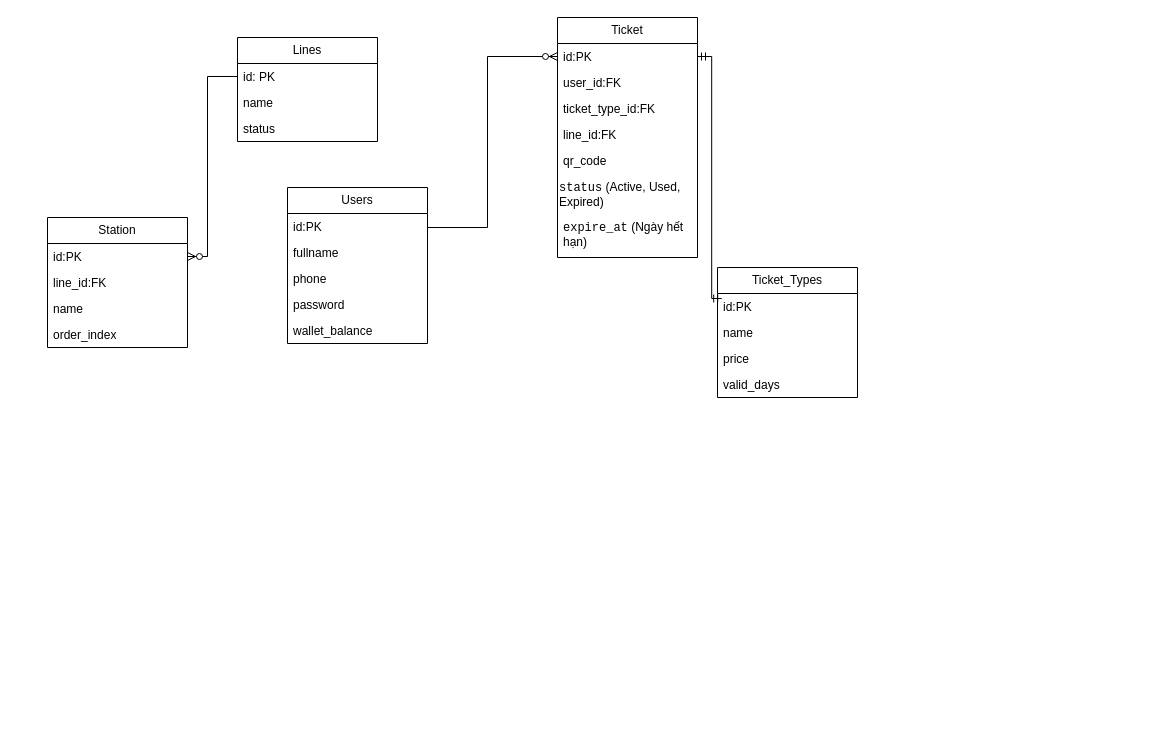
2311060882-glitch/Xay-dung-quan-ly-tau-dien-tren-cao-tuyen-Nhon-ga-HaNoi keeps this draw.io diagram as Tai_lieu_thiet_ke/MetroModel.drawio. Above is the earlier version. Source tidied: cells renumbered, new cells numbered last; positions are measured from the earlier drawing's top-left corner, leaving out a move shared by most shapes. Both pictures are drawn from the tidied source at 100%, with x=0, y=0 at pixel (47, 17).
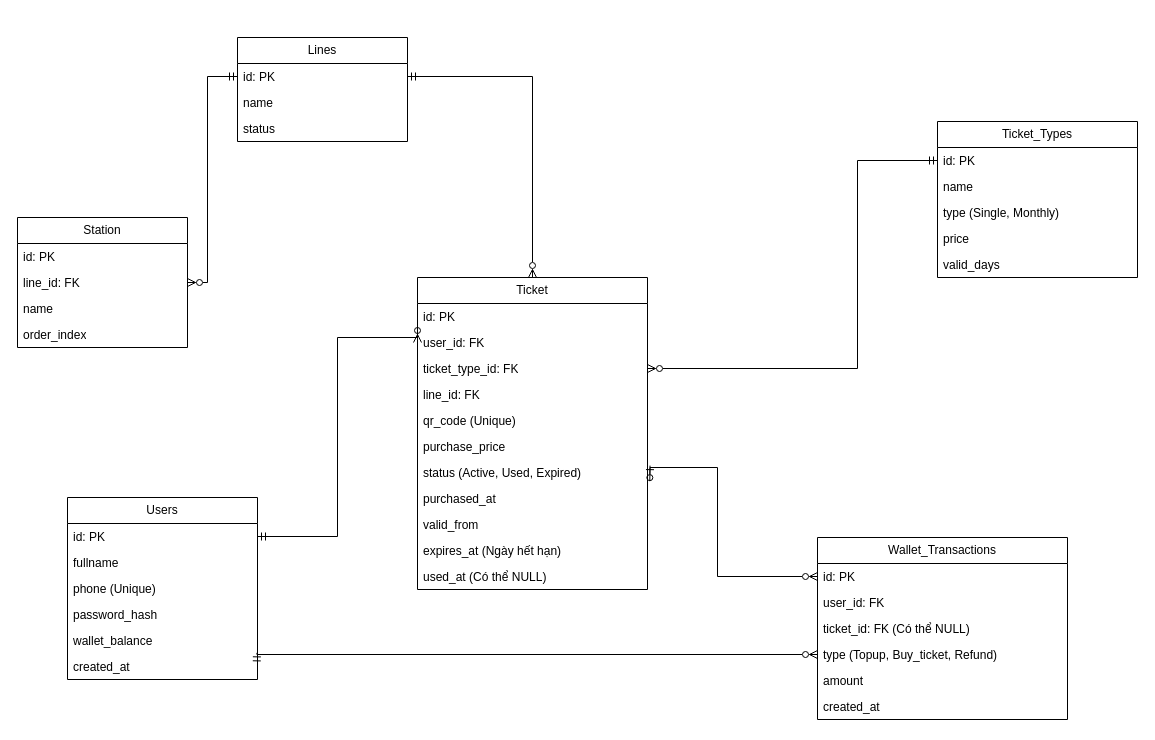
The same page after the edit.

What changed in the source:
```diff
@@
-    <mxCell id="2" value="Users" style="swimlane;fontStyle=0;horizontal=1;startSize=26;fillColor=none;whiteSpace=wrap;html=1;" parent="1" vertex="1">
-      <mxGeometry x="240" y="170" width="140" height="156" as="geometry" />
-    </mxCell>
-    <mxCell id="3" value="id:PK" style="text;strokeColor=none;fillColor=none;align=left;verticalAlign=top;spacingLeft=4;spacingRight=4;overflow=hidden;whiteSpace=wrap;html=1;" parent="2" vertex="1">
-      <mxGeometry y="26" width="140" height="26" as="geometry" />
-    </mxCell>
-    <mxCell id="4" value="fullname" style="text;strokeColor=none;fillColor=none;align=left;verticalAlign=top;spacingLeft=4;spacingRight=4;overflow=hidden;whiteSpace=wrap;html=1;" parent="2" vertex="1">
-      <mxGeometry y="52" width="140" height="26" as="geometry" />
-    </mxCell>
-    <mxCell id="5" value="phone&lt;div&gt;&lt;br&gt;&lt;/div&gt;" style="text;strokeColor=none;fillColor=none;align=left;verticalAlign=top;spacingLeft=4;spacingRight=4;overflow=hidden;whiteSpace=wrap;html=1;" parent="2" vertex="1">
-      <mxGeometry y="78" width="140" height="26" as="geometry" />
-    </mxCell>
-    <mxCell id="6" value="password" style="text;strokeColor=none;fillColor=none;align=left;verticalAlign=top;spacingLeft=4;spacingRight=4;overflow=hidden;whiteSpace=wrap;html=1;" parent="2" vertex="1">
-      <mxGeometry y="104" width="140" height="26" as="geometry" />
-    </mxCell>
-    <mxCell id="7" value="wallet_balance" style="text;strokeColor=none;fillColor=none;align=left;verticalAlign=top;spacingLeft=4;spacingRight=4;overflow=hidden;whiteSpace=wrap;html=1;" parent="2" vertex="1">
-      <mxGeometry y="130" width="140" height="26" as="geometry" />
-    </mxCell>
     <mxCell id="8" value="Lines" style="swimlane;fontStyle=0;horizontal=1;startSize=26;fillColor=none;whiteSpace=wrap;html=1;" parent="1" vertex="1">
-      <mxGeometry x="190" y="20" width="140" height="104" as="geometry" />
+      <mxGeometry x="190" y="20" width="170" height="104" as="geometry" />
     </mxCell>
-    <mxCell id="9" value="id: PK" style="text;strokeColor=none;fillColor=none;align=left;verticalAlign=top;spacingLeft=4;spacingRight=4;overflow=hidden;points=[[0,0.5],[1,0.5]];portConstraint=eastwest;whiteSpace=wrap;html=1;" parent="8" vertex="1">
-      <mxGeometry y="26" width="140" height="26" as="geometry" />
-    </mxCell>
-    <mxCell id="10" value="name" style="text;strokeColor=none;fillColor=none;align=left;verticalAlign=top;spacingLeft=4;spacingRight=4;overflow=hidden;whiteSpace=wrap;html=1;" parent="8" vertex="1">
-      <mxGeometry y="52" width="140" height="26" as="geometry" />
-    </mxCell>
+    <mxCell id="33" value="id: PK" style="text;strokeColor=none;fillColor=none;align=left;verticalAlign=top;spacingLeft=4;spacingRight=4;overflow=hidden;points=[[0,0.5],[1,0.5]];portConstraint=eastwest;whiteSpace=wrap;html=1;" parent="8" vertex="1">
+      <mxGeometry y="26" width="170" height="26" as="geometry" />
+    </mxCell>
+    <mxCell id="34" value="name" style="text;strokeColor=none;fillColor=none;align=left;verticalAlign=top;spacingLeft=4;spacingRight=4;overflow=hidden;whiteSpace=wrap;html=1;" parent="8" vertex="1">
+      <mxGeometry y="52" width="170" height="26" as="geometry" />
+    </mxCell>
     <mxCell id="11" value="status" style="text;strokeColor=none;fillColor=none;align=left;verticalAlign=top;spacingLeft=4;spacingRight=4;overflow=hidden;whiteSpace=wrap;html=1;" parent="8" vertex="1">
-      <mxGeometry y="78" width="140" height="26" as="geometry" />
+      <mxGeometry y="78" width="170" height="26" as="geometry" />
     </mxCell>
     <mxCell id="12" value="Station" style="swimlane;fontStyle=0;horizontal=1;startSize=26;fillColor=none;whiteSpace=wrap;html=1;" parent="1" vertex="1">
-      <mxGeometry y="200" width="140" height="130" as="geometry" />
+      <mxGeometry x="-30" y="200" width="170" height="130" as="geometry" />
     </mxCell>
-    <mxCell id="13" value="id:PK" style="text;strokeColor=none;fillColor=none;align=left;verticalAlign=top;spacingLeft=4;spacingRight=4;overflow=hidden;points=[[0,0.5],[1,0.5]];portConstraint=eastwest;whiteSpace=wrap;html=1;" parent="12" vertex="1">
-      <mxGeometry y="26" width="140" height="26" as="geometry" />
-    </mxCell>
-    <mxCell id="14" value="line_id:FK" style="text;strokeColor=none;fillColor=none;align=left;verticalAlign=top;spacingLeft=4;spacingRight=4;overflow=hidden;whiteSpace=wrap;html=1;" parent="12" vertex="1">
-      <mxGeometry y="52" width="140" height="26" as="geometry" />
-    </mxCell>
-    <mxCell id="15" value="name" style="text;strokeColor=none;fillColor=none;align=left;verticalAlign=top;spacingLeft=4;spacingRight=4;overflow=hidden;whiteSpace=wrap;html=1;" parent="12" vertex="1">
-      <mxGeometry y="78" width="140" height="26" as="geometry" />
-    </mxCell>
+    <mxCell id="35" value="id: PK" style="text;strokeColor=none;fillColor=none;align=left;verticalAlign=top;spacingLeft=4;spacingRight=4;overflow=hidden;whiteSpace=wrap;html=1;" parent="12" vertex="1">
+      <mxGeometry y="26" width="170" height="26" as="geometry" />
+    </mxCell>
+    <mxCell id="36" value="line_id: FK" style="text;strokeColor=none;fillColor=none;align=left;verticalAlign=top;spacingLeft=4;spacingRight=4;overflow=hidden;points=[[0,0.5],[1,0.5]];portConstraint=eastwest;whiteSpace=wrap;html=1;" parent="12" vertex="1">
+      <mxGeometry y="52" width="170" height="26" as="geometry" />
+    </mxCell>
+    <mxCell id="37" value="name" style="text;strokeColor=none;fillColor=none;align=left;verticalAlign=top;spacingLeft=4;spacingRight=4;overflow=hidden;whiteSpace=wrap;html=1;" parent="12" vertex="1">
+      <mxGeometry y="78" width="170" height="26" as="geometry" />
+    </mxCell>
     <mxCell id="16" value="order_index" style="text;strokeColor=none;fillColor=none;align=left;verticalAlign=top;spacingLeft=4;spacingRight=4;overflow=hidden;whiteSpace=wrap;html=1;" parent="12" vertex="1">
-      <mxGeometry y="104" width="140" height="26" as="geometry" />
+      <mxGeometry y="104" width="170" height="26" as="geometry" />
     </mxCell>
+    <mxCell id="2" value="Users" style="swimlane;fontStyle=0;horizontal=1;startSize=26;fillColor=none;whiteSpace=wrap;html=1;" parent="1" vertex="1">
+      <mxGeometry x="20" y="480" width="190" height="182" as="geometry" />
+    </mxCell>
+    <mxCell id="38" value="id: PK" style="text;strokeColor=none;fillColor=none;align=left;verticalAlign=top;spacingLeft=4;spacingRight=4;overflow=hidden;points=[[0,0.5],[1,0.5]];portConstraint=eastwest;whiteSpace=wrap;html=1;" parent="2" vertex="1">
+      <mxGeometry y="26" width="190" height="26" as="geometry" />
+    </mxCell>
+    <mxCell id="4" value="fullname" style="text;strokeColor=none;fillColor=none;align=left;verticalAlign=top;spacingLeft=4;spacingRight=4;overflow=hidden;whiteSpace=wrap;html=1;" parent="2" vertex="1">
+      <mxGeometry y="52" width="190" height="26" as="geometry" />
+    </mxCell>
+    <mxCell id="39" value="phone (Unique)" style="text;strokeColor=none;fillColor=none;align=left;verticalAlign=top;spacingLeft=4;spacingRight=4;overflow=hidden;whiteSpace=wrap;html=1;" parent="2" vertex="1">
+      <mxGeometry y="78" width="190" height="26" as="geometry" />
+    </mxCell>
+    <mxCell id="40" value="password_hash" style="text;strokeColor=none;fillColor=none;align=left;verticalAlign=top;spacingLeft=4;spacingRight=4;overflow=hidden;whiteSpace=wrap;html=1;" parent="2" vertex="1">
+      <mxGeometry y="104" width="190" height="26" as="geometry" />
+    </mxCell>
+    <mxCell id="7" value="wallet_balance" style="text;strokeColor=none;fillColor=none;align=left;verticalAlign=top;spacingLeft=4;spacingRight=4;overflow=hidden;whiteSpace=wrap;html=1;" parent="2" vertex="1">
+      <mxGeometry y="130" width="190" height="26" as="geometry" />
+    </mxCell>
+    <mxCell id="41" value="created_at" style="text;strokeColor=none;fillColor=none;align=left;verticalAlign=top;spacingLeft=4;spacingRight=4;overflow=hidden;points=[[0,0.5],[1,0.5]];portConstraint=eastwest;whiteSpace=wrap;html=1;" parent="2" vertex="1">
+      <mxGeometry y="156" width="190" height="26" as="geometry" />
+    </mxCell>
+    <mxCell id="22" value="Ticket" style="swimlane;fontStyle=0;horizontal=1;startSize=26;fillColor=none;whiteSpace=wrap;html=1;" parent="1" vertex="1">
+      <mxGeometry x="370" y="260" width="230" height="312" as="geometry" />
+    </mxCell>
+    <mxCell id="42" value="id: PK" style="text;strokeColor=none;fillColor=none;align=left;verticalAlign=top;spacingLeft=4;spacingRight=4;overflow=hidden;whiteSpace=wrap;html=1;" parent="22" vertex="1">
+      <mxGeometry y="26" width="230" height="26" as="geometry" />
+    </mxCell>
+    <mxCell id="43" value="user_id: FK" style="text;strokeColor=none;fillColor=none;align=left;verticalAlign=top;spacingLeft=4;spacingRight=4;overflow=hidden;points=[[0,0.5],[1,0.5]];portConstraint=eastwest;whiteSpace=wrap;html=1;" parent="22" vertex="1">
+      <mxGeometry y="52" width="230" height="26" as="geometry" />
+    </mxCell>
+    <mxCell id="44" value="ticket_type_id: FK" style="text;strokeColor=none;fillColor=none;align=left;verticalAlign=top;spacingLeft=4;spacingRight=4;overflow=hidden;points=[[0,0.5],[1,0.5]];portConstraint=eastwest;whiteSpace=wrap;html=1;" parent="22" vertex="1">
+      <mxGeometry y="78" width="230" height="26" as="geometry" />
+    </mxCell>
+    <mxCell id="45" value="line_id: FK" style="text;strokeColor=none;fillColor=none;align=left;verticalAlign=top;spacingLeft=4;spacingRight=4;overflow=hidden;whiteSpace=wrap;html=1;" parent="22" vertex="1">
+      <mxGeometry y="104" width="230" height="26" as="geometry" />
+    </mxCell>
+    <mxCell id="46" value="qr_code (Unique)" style="text;strokeColor=none;fillColor=none;align=left;verticalAlign=top;spacingLeft=4;spacingRight=4;overflow=hidden;whiteSpace=wrap;html=1;" parent="22" vertex="1">
+      <mxGeometry y="130" width="230" height="26" as="geometry" />
+    </mxCell>
+    <mxCell id="47" value="purchase_price" style="text;strokeColor=none;fillColor=none;align=left;verticalAlign=top;spacingLeft=4;spacingRight=4;overflow=hidden;whiteSpace=wrap;html=1;" parent="22" vertex="1">
+      <mxGeometry y="156" width="230" height="26" as="geometry" />
+    </mxCell>
+    <mxCell id="28" value="status (Active, Used, Expired)" style="text;strokeColor=none;fillColor=none;align=left;verticalAlign=top;spacingLeft=4;spacingRight=4;overflow=hidden;points=[[0,0.5],[1,0.5]];portConstraint=eastwest;whiteSpace=wrap;html=1;" parent="22" vertex="1">
+      <mxGeometry y="182" width="230" height="26" as="geometry" />
+    </mxCell>
+    <mxCell id="48" value="purchased_at" style="text;strokeColor=none;fillColor=none;align=left;verticalAlign=top;spacingLeft=4;spacingRight=4;overflow=hidden;whiteSpace=wrap;html=1;" parent="22" vertex="1">
+      <mxGeometry y="208" width="230" height="26" as="geometry" />
+    </mxCell>
+    <mxCell id="49" value="valid_from" style="text;strokeColor=none;fillColor=none;align=left;verticalAlign=top;spacingLeft=4;spacingRight=4;overflow=hidden;whiteSpace=wrap;html=1;" parent="22" vertex="1">
+      <mxGeometry y="234" width="230" height="26" as="geometry" />
+    </mxCell>
+    <mxCell id="50" value="expires_at (Ngày hết hạn)" style="text;strokeColor=none;fillColor=none;align=left;verticalAlign=top;spacingLeft=4;spacingRight=4;overflow=hidden;whiteSpace=wrap;html=1;" parent="22" vertex="1">
+      <mxGeometry y="260" width="230" height="26" as="geometry" />
+    </mxCell>
+    <mxCell id="51" value="used_at (Có thể NULL)" style="text;strokeColor=none;fillColor=none;align=left;verticalAlign=top;spacingLeft=4;spacingRight=4;overflow=hidden;whiteSpace=wrap;html=1;" parent="22" vertex="1">
+      <mxGeometry y="286" width="230" height="26" as="geometry" />
+    </mxCell>
     <mxCell id="17" value="Ticket_Types" style="swimlane;fontStyle=0;horizontal=1;startSize=26;fillColor=none;whiteSpace=wrap;html=1;" parent="1" vertex="1">
-      <mxGeometry x="670" y="250" width="140" height="130" as="geometry" />
+      <mxGeometry x="890" y="104" width="200" height="156" as="geometry" />
     </mxCell>
-    <mxCell id="18" value="id:PK" style="text;strokeColor=none;fillColor=none;align=left;verticalAlign=top;spacingLeft=4;spacingRight=4;overflow=hidden;points=[[0,0.5],[1,0.5]];portConstraint=eastwest;whiteSpace=wrap;html=1;" parent="17" vertex="1">
-      <mxGeometry y="26" width="140" height="26" as="geometry" />
-    </mxCell>
-    <mxCell id="19" value="name" style="text;strokeColor=none;fillColor=none;align=left;verticalAlign=top;spacingLeft=4;spacingRight=4;overflow=hidden;whiteSpace=wrap;html=1;" parent="17" vertex="1">
-      <mxGeometry y="52" width="140" height="26" as="geometry" />
-    </mxCell>
+    <mxCell id="52" value="id: PK" style="text;strokeColor=none;fillColor=none;align=left;verticalAlign=top;spacingLeft=4;spacingRight=4;overflow=hidden;points=[[0,0.5],[1,0.5]];portConstraint=eastwest;whiteSpace=wrap;html=1;" parent="17" vertex="1">
+      <mxGeometry y="26" width="200" height="26" as="geometry" />
+    </mxCell>
+    <mxCell id="53" value="name" style="text;strokeColor=none;fillColor=none;align=left;verticalAlign=top;spacingLeft=4;spacingRight=4;overflow=hidden;whiteSpace=wrap;html=1;" parent="17" vertex="1">
+      <mxGeometry y="52" width="200" height="26" as="geometry" />
+    </mxCell>
+    <mxCell id="54" value="type (Single, Monthly)" style="text;strokeColor=none;fillColor=none;align=left;verticalAlign=top;spacingLeft=4;spacingRight=4;overflow=hidden;whiteSpace=wrap;html=1;" parent="17" vertex="1">
+      <mxGeometry y="78" width="200" height="26" as="geometry" />
+    </mxCell>
     <mxCell id="20" value="price" style="text;strokeColor=none;fillColor=none;align=left;verticalAlign=top;spacingLeft=4;spacingRight=4;overflow=hidden;whiteSpace=wrap;html=1;" parent="17" vertex="1">
-      <mxGeometry y="78" width="140" height="26" as="geometry" />
+      <mxGeometry y="104" width="200" height="26" as="geometry" />
     </mxCell>
     <mxCell id="21" value="valid_days" style="text;strokeColor=none;fillColor=none;align=left;verticalAlign=top;spacingLeft=4;spacingRight=4;overflow=hidden;whiteSpace=wrap;html=1;" parent="17" vertex="1">
-      <mxGeometry y="104" width="140" height="26" as="geometry" />
+      <mxGeometry y="130" width="200" height="26" as="geometry" />
     </mxCell>
-    <mxCell id="22" value="Ticket" style="swimlane;fontStyle=0;horizontal=1;startSize=26;fillColor=none;whiteSpace=wrap;html=1;" parent="1" vertex="1">
-      <mxGeometry x="510" width="140" height="240" as="geometry" />
-    </mxCell>
-    <mxCell id="23" value="id:PK" style="text;strokeColor=none;fillColor=none;align=left;verticalAlign=top;spacingLeft=4;spacingRight=4;overflow=hidden;points=[[0,0.5],[1,0.5]];portConstraint=eastwest;whiteSpace=wrap;html=1;" parent="22" vertex="1">
-      <mxGeometry y="26" width="140" height="26" as="geometry" />
-    </mxCell>
-    <mxCell id="24" value="user_id:FK" style="text;strokeColor=none;fillColor=none;align=left;verticalAlign=top;spacingLeft=4;spacingRight=4;overflow=hidden;whiteSpace=wrap;html=1;" parent="22" vertex="1">
-      <mxGeometry y="52" width="140" height="26" as="geometry" />
-    </mxCell>
-    <mxCell id="25" value="&lt;div&gt;ticket_type_id:FK&lt;/div&gt;" style="text;strokeColor=none;fillColor=none;align=left;verticalAlign=top;spacingLeft=4;spacingRight=4;overflow=hidden;whiteSpace=wrap;html=1;" parent="22" vertex="1">
-      <mxGeometry y="78" width="140" height="26" as="geometry" />
-    </mxCell>
-    <mxCell id="26" value="line_id:FK" style="text;strokeColor=none;fillColor=none;align=left;verticalAlign=top;spacingLeft=4;spacingRight=4;overflow=hidden;whiteSpace=wrap;html=1;" parent="22" vertex="1">
-      <mxGeometry y="104" width="140" height="26" as="geometry" />
-    </mxCell>
-    <mxCell id="27" value="qr_code" style="text;strokeColor=none;fillColor=none;align=left;verticalAlign=top;spacingLeft=4;spacingRight=4;overflow=hidden;whiteSpace=wrap;html=1;" parent="22" vertex="1">
-      <mxGeometry y="130" width="140" height="26" as="geometry" />
-    </mxCell>
-    <mxCell id="28" value="&lt;code&gt;status&lt;/code&gt; (Active, Used, Expired)" style="text;whiteSpace=wrap;html=1;" parent="22" vertex="1">
-      <mxGeometry y="156" width="140" height="40" as="geometry" />
-    </mxCell>
-    <mxCell id="29" value="&lt;code&gt;expire_at&lt;/code&gt; (Ngày hết hạn)" style="text;strokeColor=none;fillColor=none;align=left;verticalAlign=top;spacingLeft=4;spacingRight=4;overflow=hidden;whiteSpace=wrap;html=1;" parent="22" vertex="1">
-      <mxGeometry y="196" width="140" height="44" as="geometry" />
-    </mxCell>
-    <mxCell id="30" style="edgeStyle=orthogonalEdgeStyle;fontSize=12;html=1;endArrow=ERzeroToMany;endFill=1;rounded=0;exitX=0;exitY=0.5;exitDx=0;exitDy=0;entryX=1;entryY=0.5;entryDx=0;entryDy=0;" parent="1" edge="1" source="9" target="13">
-      <mxGeometry x="-0.18" relative="1" as="geometry">
-        <Array as="points">
-          <mxPoint x="160" y="59" />
-          <mxPoint x="160" y="239" />
-        </Array>
-      </mxGeometry>
-    </mxCell>
-    <mxCell id="31" style="edgeStyle=orthogonalEdgeStyle;fontSize=12;html=1;endArrow=ERzeroToMany;endFill=1;rounded=0;exitX=1;exitY=0.25;exitDx=0;exitDy=0;entryX=0;entryY=0.5;entryDx=0;entryDy=0;" parent="1" edge="1" source="2" target="23">
-      <mxGeometry x="-0.48" relative="1" as="geometry">
-        <Array as="points">
-          <mxPoint x="380" y="210" />
-          <mxPoint x="440" y="210" />
-          <mxPoint x="440" y="39" />
-        </Array>
-      </mxGeometry>
-    </mxCell>
-    <mxCell id="32" style="fontSize=12;html=1;endArrow=ERmandOne;startArrow=ERmandOne;rounded=0;entryX=0.03;entryY=0.192;entryDx=0;entryDy=0;entryPerimeter=0;exitX=1;exitY=0.5;exitDx=0;exitDy=0;edgeStyle=orthogonalEdgeStyle;" parent="1" edge="1" source="23" target="18">
-      <mxGeometry relative="1" as="geometry">
-        <Array as="points">
-          <mxPoint x="664.2" y="39" />
-          <mxPoint x="664.2" y="281" />
-        </Array>
-      </mxGeometry>
-    </mxCell>
+    <mxCell id="55" value="Wallet_Transactions" style="swimlane;fontStyle=0;horizontal=1;startSize=26;fillColor=none;whiteSpace=wrap;html=1;" parent="1" vertex="1">
+      <mxGeometry x="770" y="520" width="250" height="182" as="geometry" />
+    </mxCell>
+    <mxCell id="56" value="id: PK" style="text;strokeColor=none;fillColor=none;align=left;verticalAlign=top;spacingLeft=4;spacingRight=4;overflow=hidden;points=[[0,0.5],[1,0.5]];portConstraint=eastwest;whiteSpace=wrap;html=1;" parent="55" vertex="1">
+      <mxGeometry y="26" width="250" height="26" as="geometry" />
+    </mxCell>
+    <mxCell id="57" value="user_id: FK" style="text;strokeColor=none;fillColor=none;align=left;verticalAlign=top;spacingLeft=4;spacingRight=4;overflow=hidden;whiteSpace=wrap;html=1;" parent="55" vertex="1">
+      <mxGeometry y="52" width="250" height="26" as="geometry" />
+    </mxCell>
+    <mxCell id="58" value="ticket_id: FK (Có thể NULL)" style="text;strokeColor=none;fillColor=none;align=left;verticalAlign=top;spacingLeft=4;spacingRight=4;overflow=hidden;whiteSpace=wrap;html=1;" parent="55" vertex="1">
+      <mxGeometry y="78" width="250" height="26" as="geometry" />
+    </mxCell>
+    <mxCell id="59" value="type (Topup, Buy_ticket, Refund)" style="text;strokeColor=none;fillColor=none;align=left;verticalAlign=top;spacingLeft=4;spacingRight=4;overflow=hidden;points=[[0,0.5],[1,0.5]];portConstraint=eastwest;whiteSpace=wrap;html=1;" parent="55" vertex="1">
+      <mxGeometry y="104" width="250" height="26" as="geometry" />
+    </mxCell>
+    <mxCell id="60" value="amount" style="text;strokeColor=none;fillColor=none;align=left;verticalAlign=top;spacingLeft=4;spacingRight=4;overflow=hidden;whiteSpace=wrap;html=1;" parent="55" vertex="1">
+      <mxGeometry y="130" width="250" height="26" as="geometry" />
+    </mxCell>
+    <mxCell id="61" value="created_at" style="text;strokeColor=none;fillColor=none;align=left;verticalAlign=top;spacingLeft=4;spacingRight=4;overflow=hidden;whiteSpace=wrap;html=1;" parent="55" vertex="1">
+      <mxGeometry y="156" width="250" height="26" as="geometry" />
+    </mxCell>
+    <mxCell id="62" style="edgeStyle=orthogonalEdgeStyle;fontSize=12;html=1;startArrow=ERmandOne;endArrow=ERzeroToMany;startFill=0;endFill=0;rounded=0;exitX=0;exitY=0.5;entryX=1;entryY=0.5;" parent="1" edge="1" source="33" target="36">
+      <mxGeometry relative="1" as="geometry">
+        <Array as="points">
+          <mxPoint x="160" y="59" />
+          <mxPoint x="160" y="265" />
+        </Array>
+      </mxGeometry>
+    </mxCell>
+    <mxCell id="63" style="edgeStyle=orthogonalEdgeStyle;fontSize=12;html=1;startArrow=ERmandOne;endArrow=ERzeroToMany;startFill=0;endFill=0;rounded=0;exitX=1;exitY=0.5;" parent="1" edge="1" source="33" target="22">
+      <mxGeometry relative="1" as="geometry" />
+    </mxCell>
+    <mxCell id="64" style="edgeStyle=orthogonalEdgeStyle;fontSize=12;html=1;startArrow=ERmandOne;endArrow=ERzeroToMany;startFill=0;endFill=0;rounded=0;exitX=1;exitY=0.5;entryX=0;entryY=0.5;" parent="1" edge="1" source="38" target="43">
+      <mxGeometry relative="1" as="geometry">
+        <Array as="points">
+          <mxPoint x="290" y="519" />
+          <mxPoint x="290" y="320" />
+          <mxPoint x="370" y="320" />
+        </Array>
+      </mxGeometry>
+    </mxCell>
+    <mxCell id="65" style="edgeStyle=orthogonalEdgeStyle;fontSize=12;html=1;startArrow=ERmandOne;endArrow=ERzeroToMany;startFill=0;endFill=0;rounded=0;exitX=0;exitY=0.5;entryX=1;entryY=0.5;" parent="1" edge="1" source="52" target="44">
+      <mxGeometry x="-0.54" relative="1" as="geometry">
+        <Array as="points">
+          <mxPoint x="810" y="143" />
+          <mxPoint x="810" y="351" />
+        </Array>
+      </mxGeometry>
+    </mxCell>
+    <mxCell id="66" style="edgeStyle=orthogonalEdgeStyle;fontSize=12;html=1;startArrow=ERmandOne;endArrow=ERzeroToMany;startFill=0;endFill=0;rounded=0;entryX=0;entryY=0.5;entryDx=0;entryDy=0;exitX=0.997;exitY=-0.025;exitDx=0;exitDy=0;exitPerimeter=0;" parent="1" edge="1" source="41" target="59">
+      <mxGeometry x="0.05" relative="1" as="geometry">
+        <Array as="points">
+          <mxPoint x="209.4" y="637" />
+        </Array>
+      </mxGeometry>
+    </mxCell>
+    <mxCell id="67" style="edgeStyle=orthogonalEdgeStyle;fontSize=12;html=1;startArrow=ERzeroToOne;endArrow=ERzeroToMany;startFill=0;endFill=0;rounded=0;exitX=1.011;exitY=0.236;exitDx=0;exitDy=0;exitPerimeter=0;entryX=0;entryY=0.5;entryDx=0;entryDy=0;" parent="1" edge="1" source="28" target="56">
+      <mxGeometry x="-0.09" relative="1" as="geometry">
+        <Array as="points">
+          <mxPoint x="602.5" y="450" />
+          <mxPoint x="670" y="450" />
+          <mxPoint x="670" y="559" />
+        </Array>
+      </mxGeometry>
+    </mxCell>
```
